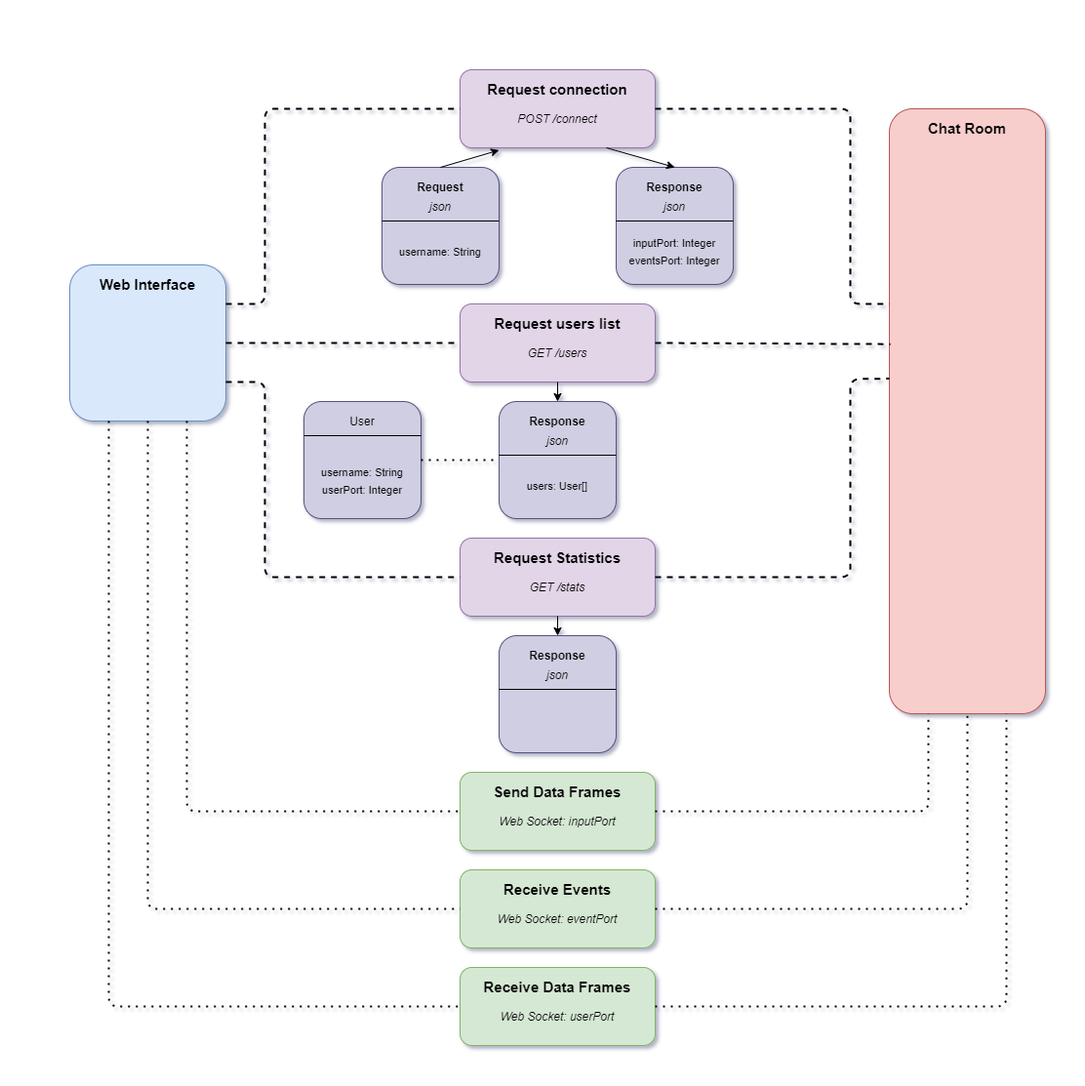
rotrocol/gezr keeps this draw.io diagram as doc/chatroom/rest.png. Above is the earlier version. Source tidied: cells renumbered, new cells last; positions are measured from the earlier drawing's top-left corner, leaving out a move shared by most shapes.
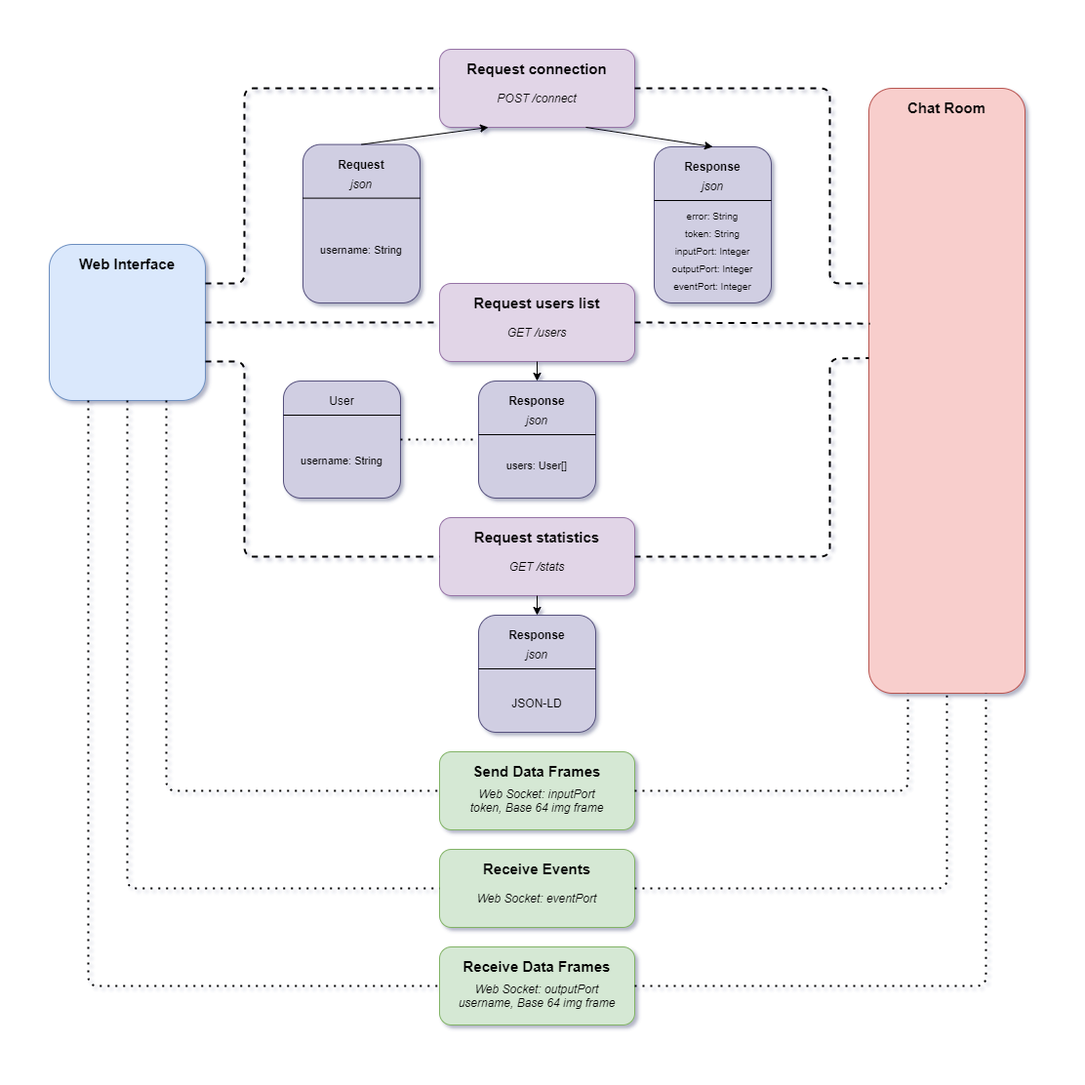
The same diagram one commit later.

The edit, as a diff of the source:
```diff
@@ -18,16 +18,16 @@
       <mxGeometry x="400" y="40" width="200" height="20" as="geometry" />
     </mxCell>
     <mxCell id="7" style="rounded=1;whiteSpace=wrap;html=1;fillColor=#d0cee2;strokeColor=#56517e;" parent="1" vertex="1">
-      <mxGeometry x="560" y="100" width="120" height="120" as="geometry" />
+      <mxGeometry x="620" y="100" width="120" height="160" as="geometry" />
     </mxCell>
     <mxCell id="8" value="&lt;b&gt;Response&lt;/b&gt;" style="text;html=1;strokeColor=none;fillColor=none;align=center;verticalAlign=middle;whiteSpace=wrap;rounded=0;" parent="1" vertex="1">
-      <mxGeometry x="560" y="110" width="120" height="20" as="geometry" />
+      <mxGeometry x="620" y="110" width="120" height="20" as="geometry" />
     </mxCell>
     <mxCell id="9" value="&lt;i&gt;json&lt;/i&gt;" style="text;html=1;strokeColor=none;fillColor=none;align=center;verticalAlign=middle;whiteSpace=wrap;rounded=0;" parent="1" vertex="1">
-      <mxGeometry x="560" y="130" width="120" height="20" as="geometry" />
+      <mxGeometry x="620" y="130" width="120" height="20" as="geometry" />
     </mxCell>
     <mxCell id="10" style="line;strokeWidth=1;html=1;perimeter=backbonePerimeter;fontSize=10;" parent="1" vertex="1">
-      <mxGeometry x="560" y="150" width="120" height="10" as="geometry" />
+      <mxGeometry x="620" y="150" width="120" height="10" as="geometry" />
     </mxCell>
     <mxCell id="11" style="endArrow=classic;html=1;fontSize=10;exitX=0.75;exitY=1;exitDx=0;exitDy=0;entryX=0.5;entryY=0;entryDx=0;entryDy=0;" parent="1" edge="1" source="4" target="7">
       <mxGeometry relative="1" as="geometry" />
@@ -74,7 +74,7 @@
     <mxCell id="25" style="line;strokeWidth=1;html=1;perimeter=backbonePerimeter;fontSize=10;" parent="1" vertex="1">
       <mxGeometry x="240" y="370" width="120" height="10" as="geometry" />
     </mxCell>
-    <mxCell id="26" value="&lt;font style=&quot;font-size: 11px&quot;&gt;username: String&lt;br&gt;userPort: Integer&lt;br&gt;&lt;/font&gt;" style="text;html=1;strokeColor=none;fillColor=none;align=center;verticalAlign=middle;whiteSpace=wrap;rounded=0;fontSize=15;" parent="1" vertex="1">
+    <mxCell id="26" value="&lt;font style=&quot;font-size: 11px&quot;&gt;username: String&lt;br&gt;&lt;/font&gt;" style="text;html=1;strokeColor=none;fillColor=none;align=center;verticalAlign=middle;whiteSpace=wrap;rounded=0;fontSize=15;" parent="1" vertex="1">
       <mxGeometry x="240" y="380" width="120" height="80" as="geometry" />
     </mxCell>
     <mxCell id="27" style="endArrow=none;dashed=1;html=1;dashPattern=1 3;strokeWidth=2;fontSize=15;exitX=1;exitY=0.25;exitDx=0;exitDy=0;entryX=0;entryY=0.5;entryDx=0;entryDy=0;" parent="1" edge="1" source="26" target="17">
@@ -83,7 +83,7 @@
     <mxCell id="28" style="rounded=1;whiteSpace=wrap;html=1;fillColor=#e1d5e7;strokeColor=#9673a6;" parent="1" vertex="1">
       <mxGeometry x="400" y="480" width="200" height="80" as="geometry" />
     </mxCell>
-    <mxCell id="29" value="&lt;span style=&quot;font-size: 15px&quot;&gt;&lt;b&gt;Request Statistics&lt;/b&gt;&lt;/span&gt;" style="text;html=1;strokeColor=none;fillColor=none;align=center;verticalAlign=middle;whiteSpace=wrap;rounded=0;" parent="1" vertex="1">
+    <mxCell id="29" value="&lt;span style=&quot;font-size: 15px&quot;&gt;&lt;b&gt;Request statistics&lt;/b&gt;&lt;/span&gt;" style="text;html=1;strokeColor=none;fillColor=none;align=center;verticalAlign=middle;whiteSpace=wrap;rounded=0;" parent="1" vertex="1">
       <mxGeometry x="400" y="490" width="200" height="20" as="geometry" />
     </mxCell>
     <mxCell id="30" value="&lt;i&gt;GET /stats&lt;/i&gt;" style="text;html=1;strokeColor=none;fillColor=none;align=center;verticalAlign=middle;whiteSpace=wrap;rounded=0;" parent="1" vertex="1">
@@ -110,7 +110,7 @@
     <mxCell id="37" value="&lt;span style=&quot;font-size: 15px&quot;&gt;&lt;b&gt;Send Data Frames&lt;/b&gt;&lt;/span&gt;" style="text;html=1;strokeColor=none;fillColor=none;align=center;verticalAlign=middle;whiteSpace=wrap;rounded=0;" parent="1" vertex="1">
       <mxGeometry x="400" y="730" width="200" height="20" as="geometry" />
     </mxCell>
-    <mxCell id="38" value="&lt;i&gt;Web Socket: inputPort&lt;/i&gt;" style="text;html=1;strokeColor=none;fillColor=none;align=center;verticalAlign=middle;whiteSpace=wrap;rounded=0;" parent="1" vertex="1">
+    <mxCell id="38" value="&lt;i&gt;Web Socket: inputPort&lt;br&gt;token, Base 64 img frame&lt;br&gt;&lt;/i&gt;" style="text;html=1;strokeColor=none;fillColor=none;align=center;verticalAlign=middle;whiteSpace=wrap;rounded=0;" parent="1" vertex="1">
       <mxGeometry x="400" y="760" width="200" height="20" as="geometry" />
     </mxCell>
     <mxCell id="39" style="endArrow=none;dashed=1;html=1;strokeWidth=2;fontSize=15;entryX=0;entryY=0;entryDx=0;entryDy=0;exitX=1;exitY=0.25;exitDx=0;exitDy=0;" parent="1" edge="1" source="2" target="6">
@@ -153,25 +153,25 @@
       </mxGeometry>
     </mxCell>
     <mxCell id="45" style="rounded=1;whiteSpace=wrap;html=1;fillColor=#d0cee2;strokeColor=#56517e;" parent="1" vertex="1">
-      <mxGeometry x="320" y="100" width="120" height="120" as="geometry" />
+      <mxGeometry x="260" y="97.6" width="120" height="162.4" as="geometry" />
     </mxCell>
     <mxCell id="46" value="&lt;b&gt;Request&lt;/b&gt;" style="text;html=1;strokeColor=none;fillColor=none;align=center;verticalAlign=middle;whiteSpace=wrap;rounded=0;" parent="1" vertex="1">
-      <mxGeometry x="320" y="110" width="120" height="20" as="geometry" />
+      <mxGeometry x="260" y="107.6" width="120" height="20" as="geometry" />
     </mxCell>
     <mxCell id="47" value="&lt;i&gt;json&lt;/i&gt;" style="text;html=1;strokeColor=none;fillColor=none;align=center;verticalAlign=middle;whiteSpace=wrap;rounded=0;" parent="1" vertex="1">
-      <mxGeometry x="320" y="130" width="120" height="20" as="geometry" />
+      <mxGeometry x="260" y="127.6" width="120" height="20" as="geometry" />
     </mxCell>
     <mxCell id="48" style="line;strokeWidth=1;html=1;perimeter=backbonePerimeter;fontSize=10;" parent="1" vertex="1">
-      <mxGeometry x="320" y="150" width="120" height="10" as="geometry" />
+      <mxGeometry x="260" y="147.6" width="120" height="10" as="geometry" />
     </mxCell>
     <mxCell id="49" value="&lt;font style=&quot;font-size: 11px&quot;&gt;username: String&lt;br&gt;&lt;/font&gt;" style="text;html=1;strokeColor=none;fillColor=none;align=center;verticalAlign=middle;whiteSpace=wrap;rounded=0;fontSize=15;" parent="1" vertex="1">
-      <mxGeometry x="320" y="150" width="120" height="70" as="geometry" />
+      <mxGeometry x="260" y="147.6" width="120" height="112.4" as="geometry" />
     </mxCell>
-    <mxCell id="50" style="endArrow=classic;html=1;strokeWidth=1;fontSize=15;exitX=0.5;exitY=0;exitDx=0;exitDy=0;entryX=0.2;entryY=1.03;entryDx=0;entryDy=0;entryPerimeter=0;" parent="1" edge="1" source="45" target="4">
+    <mxCell id="50" style="endArrow=classic;html=1;strokeWidth=1;fontSize=15;exitX=0.5;exitY=0;exitDx=0;exitDy=0;entryX=0.25;entryY=1;entryDx=0;entryDy=0;" parent="1" edge="1" source="45" target="4">
       <mxGeometry relative="1" as="geometry" />
     </mxCell>
-    <mxCell id="51" value="&lt;font style=&quot;font-size: 11px&quot;&gt;inputPort: Integer&lt;br&gt;eventsPort: Integer&lt;br&gt;&lt;/font&gt;" style="text;html=1;strokeColor=none;fillColor=none;align=center;verticalAlign=middle;whiteSpace=wrap;rounded=0;fontSize=15;" parent="1" vertex="1">
-      <mxGeometry x="560" y="150" width="120" height="70" as="geometry" />
+    <mxCell id="51" value="&lt;font style=&quot;font-size: 10px&quot;&gt;error: String&lt;br&gt;token: String&lt;br&gt;inputPort: Integer&lt;br&gt;outputPort: Integer&lt;br&gt;eventPort: Integer&lt;br&gt;&lt;/font&gt;" style="text;html=1;strokeColor=none;fillColor=none;align=center;verticalAlign=middle;whiteSpace=wrap;rounded=0;fontSize=15;" parent="1" vertex="1">
+      <mxGeometry x="620" y="150" width="120" height="110" as="geometry" />
     </mxCell>
     <mxCell id="52" style="rounded=1;whiteSpace=wrap;html=1;fillColor=#d5e8d4;strokeColor=#82b366;" parent="1" vertex="1">
       <mxGeometry x="400" y="820" width="200" height="80" as="geometry" />
@@ -216,7 +216,7 @@
     <mxCell id="60" value="&lt;span style=&quot;font-size: 15px&quot;&gt;&lt;b&gt;Receive Data Frames&lt;/b&gt;&lt;/span&gt;" style="text;html=1;strokeColor=none;fillColor=none;align=center;verticalAlign=middle;whiteSpace=wrap;rounded=0;" parent="1" vertex="1">
       <mxGeometry x="400" y="930" width="200" height="20" as="geometry" />
     </mxCell>
-    <mxCell id="61" value="&lt;i&gt;Web Socket: userPort&lt;/i&gt;" style="text;html=1;strokeColor=none;fillColor=none;align=center;verticalAlign=middle;whiteSpace=wrap;rounded=0;" parent="1" vertex="1">
+    <mxCell id="61" value="&lt;i&gt;Web Socket: outputPort&lt;br&gt;username, Base 64 img frame&lt;br&gt;&lt;/i&gt;" style="text;html=1;strokeColor=none;fillColor=none;align=center;verticalAlign=middle;whiteSpace=wrap;rounded=0;" parent="1" vertex="1">
       <mxGeometry x="400" y="960" width="200" height="20" as="geometry" />
     </mxCell>
     <mxCell id="62" style="endArrow=none;dashed=1;html=1;dashPattern=1 3;strokeWidth=2;fontSize=15;exitX=0.25;exitY=1;exitDx=0;exitDy=0;entryX=0;entryY=0;entryDx=0;entryDy=0;" parent="1" edge="1" source="2" target="61">
@@ -233,5 +233,8 @@
         </Array>
       </mxGeometry>
     </mxCell>
+    <mxCell id="64" value="JSON-LD" style="text;html=1;strokeColor=none;fillColor=none;align=center;verticalAlign=middle;whiteSpace=wrap;rounded=0;" parent="1" vertex="1">
+      <mxGeometry x="440" y="660" width="120" height="20" as="geometry" />
+    </mxCell>
   </root>
 </mxGraphModel>
```
